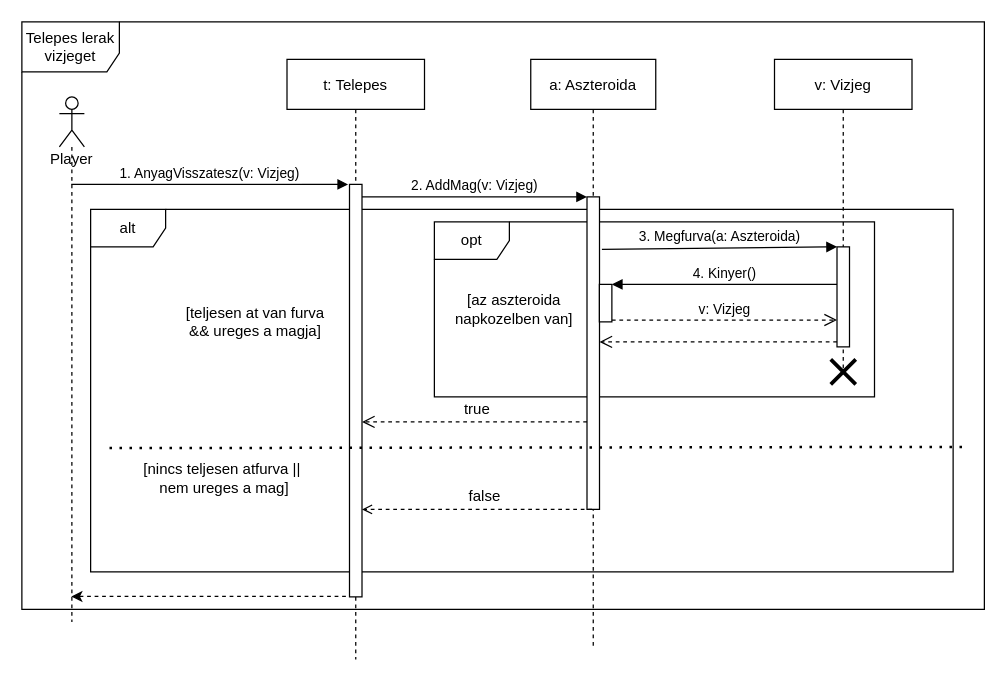
torpeBoiGo/aszteroidabanyaszat keeps this draw.io diagram as doc/szekvencia/szek_VizjegLerak.drawio. Above is the earlier version. Source tidied: cells renumbered, new cells numbered last; positions are measured from the earlier drawing's top-left corner, leaving out a move shared by most shapes. Both pictures are drawn from the tidied source at 125%, with x=0, y=0 at pixel (21, 21).
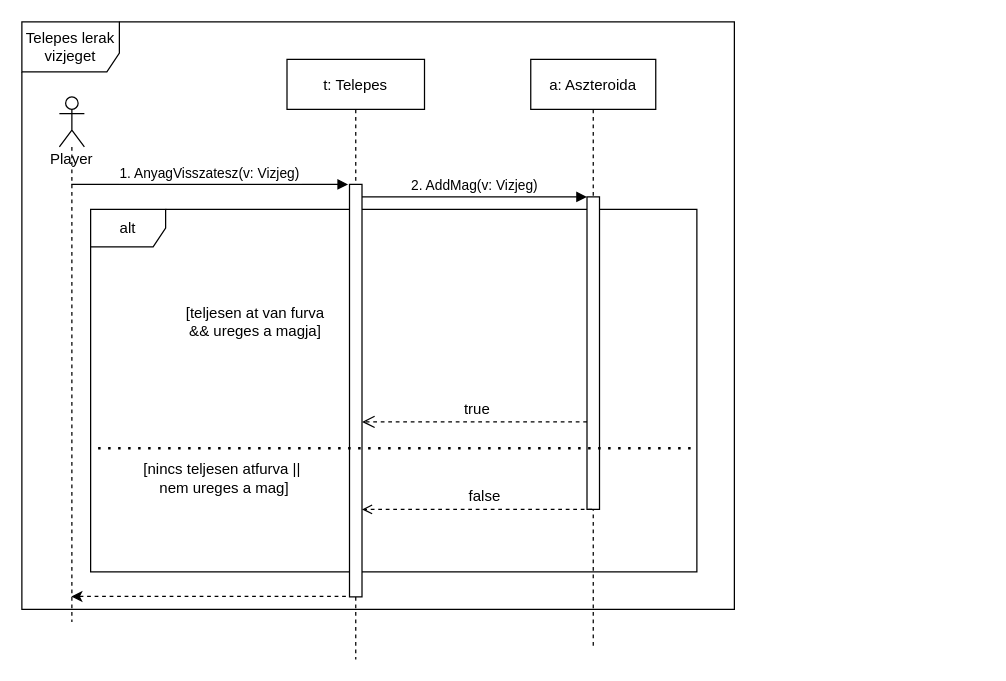
After the change.

Commit message:
nincs megfurva

Unchanged cells that the change refers to:
```xml
<mxCell id="8" value="a: Aszteroida" style="shape=umlLifeline;perimeter=lifelinePerimeter;rounded=0;shadow=0;strokeWidth=1;" parent="1" vertex="1">
  <mxGeometry x="407.1" y="30" width="100" height="470" as="geometry" />
</mxCell>
<mxCell id="9" style="html=1;points=[];perimeter=orthogonalPerimeter;" parent="8" vertex="1">
  <mxGeometry x="45" y="110" width="10" height="250" as="geometry" />
</mxCell>
```

Change to the diagram source:
```diff
@@
     <mxCell id="2" value="Telepes lerak vizjeget" style="shape=umlFrame;whiteSpace=wrap;html=1;width=78;height=40;" parent="1" vertex="1">
-      <mxGeometry width="770" height="470" as="geometry" />
+      <mxGeometry width="570" height="470" as="geometry" />
     </mxCell>
     <mxCell id="3" value="alt" style="shape=umlFrame;whiteSpace=wrap;html=1;" parent="1" vertex="1">
-      <mxGeometry x="55" y="150" width="690" height="290" as="geometry" />
+      <mxGeometry x="55" y="150" width="485" height="290" as="geometry" />
     </mxCell>
-    <mxCell id="4" value="opt" style="shape=umlFrame;whiteSpace=wrap;html=1;" parent="1" vertex="1">
-      <mxGeometry x="330" y="160" width="352.1" height="140" as="geometry" />
-    </mxCell>
-    <mxCell id="5" value="v: Vizjeg" style="shape=umlLifeline;perimeter=lifelinePerimeter;rounded=0;shadow=0;strokeWidth=1;" parent="1" vertex="1">
-      <mxGeometry x="602.1" y="30" width="110" height="250" as="geometry" />
-    </mxCell>
@@
-    <mxCell id="10" style="html=1;points=[];perimeter=orthogonalPerimeter;" parent="8" vertex="1">
-      <mxGeometry x="54.9" y="180" width="10" height="30" as="geometry" />
-    </mxCell>
@@
-    <mxCell id="15" value="[az aszteroida napkozelben van]" style="text;html=1;strokeColor=none;fillColor=none;align=center;verticalAlign=middle;whiteSpace=wrap;rounded=0;" parent="1" vertex="1">
-      <mxGeometry x="344" y="220" width="100" height="20" as="geometry" />
-    </mxCell>
-    <mxCell id="16" style="html=1;points=[];perimeter=orthogonalPerimeter;" parent="1" vertex="1">
-      <mxGeometry x="652.1" y="180" width="10" height="80" as="geometry" />
-    </mxCell>
-    <mxCell id="17" value="3. Megfurva(a: Aszteroida)" style="html=1;verticalAlign=bottom;endArrow=block;entryX=0;entryY=0;exitX=1.193;exitY=0.168;exitDx=0;exitDy=0;exitPerimeter=0;" parent="1" edge="1" source="9" target="16">
-      <mxGeometry relative="1" as="geometry" />
-    </mxCell>
-    <mxCell id="18" style="html=1;verticalAlign=bottom;endArrow=open;dashed=1;endSize=8;exitX=0;exitY=0.95;" parent="1" edge="1" source="16" target="9">
-      <mxGeometry relative="1" as="geometry" />
-    </mxCell>
@@
     <mxCell id="23" style="endArrow=none;dashed=1;html=1;dashPattern=1 3;strokeWidth=2;" parent="1" edge="1">
       <mxGeometry relative="1" as="geometry">
-        <mxPoint x="752.1" y="340" as="sourcePoint" />
-        <mxPoint x="70" y="341" as="targetPoint" />
+        <mxPoint x="535" y="341" as="sourcePoint" />
+        <mxPoint x="55" y="341" as="targetPoint" />
       </mxGeometry>
     </mxCell>
@@
-    <mxCell id="26" value="4. Kinyer()" style="html=1;verticalAlign=bottom;endArrow=block;entryX=1;entryY=0;" parent="1" edge="1" source="16" target="10">
-      <mxGeometry relative="1" as="geometry" />
-    </mxCell>
-    <mxCell id="27" value="v: Vizjeg" style="html=1;verticalAlign=bottom;endArrow=open;dashed=1;endSize=8;exitX=1;exitY=0.95;" parent="1" edge="1" source="10" target="16">
-      <mxGeometry relative="1" as="geometry" />
-    </mxCell>
-    <mxCell id="28" style="shape=umlDestroy;whiteSpace=wrap;html=1;strokeWidth=3;" parent="1" vertex="1">
-      <mxGeometry x="647.1" y="270" width="20" height="20" as="geometry" />
-    </mxCell>
```
